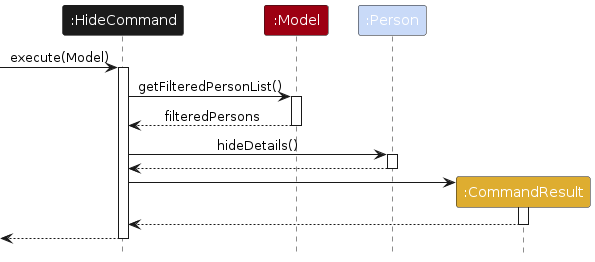
Earlier version of the PlantUML export diagrams/HideCommand.png (AY2425S2-CS2103T-F10-3/tp). Its source is kept beside it as diagrams/HideCommand.puml. Source of this version:
```plantuml
@startuml
!include style.puml
skinparam ArrowFontStyle plain

participant ":HideCommand" as HideCommand SETUP_COLOR
[-> HideCommand : execute(Model)
activate HideCommand

participant ":Model" as Model MODEL_COLOR
HideCommand -> Model : getFilteredPersonList()
activate Model

Model --> HideCommand : filteredPersons
deactivate Model

participant ":Person" as Person PERSON_COLOR
HideCommand -> Person : hideDetails()
activate Person
Person --> HideCommand
deactivate Person

participant ":CommandResult" as CommandResult COMMAND_RESULT_COLOR
create CommandResult
HideCommand -> CommandResult
activate CommandResult
CommandResult --> HideCommand
deactivate CommandResult

[<-- HideCommand
deactivate HideCommand
@enduml
```
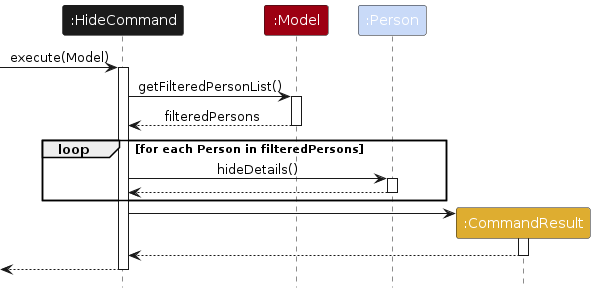
Later version of the same file.

What changed in the source:
```diff
@@ -14,10 +14,12 @@
 deactivate Model
 
 participant ":Person" as Person PERSON_COLOR
+loop for each Person in filteredPersons
 HideCommand -> Person : hideDetails()
 activate Person
 Person --> HideCommand
 deactivate Person
+end
 
 participant ":CommandResult" as CommandResult COMMAND_RESULT_COLOR
 create CommandResult
```
